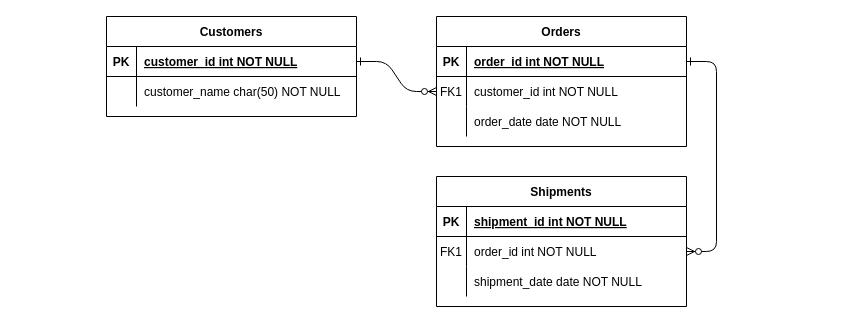
Before: Untitled Diagram.drawio in Carolemigwi/Jenga, a draw.io diagram. Source tidied: cells renumbered, new cells numbered last; positions are measured from the earlier drawing's top-left corner, leaving out a move shared by most shapes. Both pictures are drawn from the tidied source at 100%, with x=0, y=0 at pixel (106, 16).
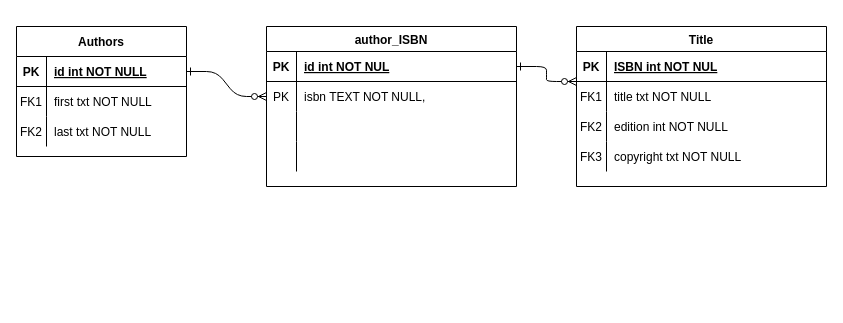
The same page after the edit.

What changed in the source:
```diff
@@
-    <mxCell id="3" style="edgeStyle=entityRelationEdgeStyle;endArrow=ERzeroToMany;startArrow=ERone;endFill=1;startFill=0;" parent="1" edge="1" source="5" target="18">
-      <mxGeometry relative="1" as="geometry" />
+    <mxCell id="3" style="edgeStyle=entityRelationEdgeStyle;endArrow=ERzeroToMany;startArrow=ERone;endFill=1;startFill=0;" parent="1" edge="1" source="5">
+      <mxGeometry relative="1" as="geometry">
+        <mxPoint x="470" y="65" as="targetPoint" />
+      </mxGeometry>
     </mxCell>
-    <mxCell id="4" value="Orders" style="shape=table;startSize=30;childLayout=tableLayout;rowLines=0;fontStyle=1;align=center;" parent="1" vertex="1">
-      <mxGeometry x="330" width="250" height="130" as="geometry" />
+    <mxCell id="4" value="author_ISBN" style="shape=table;startSize=25;childLayout=tableLayout;rowLines=0;fontStyle=1;align=center;" parent="1" vertex="1">
+      <mxGeometry x="160" y="10" width="250" height="160" as="geometry" />
     </mxCell>
     <mxCell id="5" style="shape=partialRectangle;fillColor=none;points=[[0,0.5],[1,0.5]];portConstraint=eastwest;top=0;left=0;right=0;bottom=1;" parent="4" vertex="1">
-      <mxGeometry y="30" width="250" height="30" as="geometry" />
+      <mxGeometry y="25" width="250" height="30" as="geometry" />
     </mxCell>
@@
-    <mxCell id="7" value="order_id int NOT NULL " style="shape=partialRectangle;overflow=hidden;fillColor=none;top=0;left=0;bottom=0;right=0;align=left;spacingLeft=6;fontStyle=5;" parent="5" vertex="1">
+    <mxCell id="7" value="id int NOT NUL " style="shape=partialRectangle;overflow=hidden;fillColor=none;top=0;left=0;bottom=0;right=0;align=left;spacingLeft=6;fontStyle=5;" parent="5" vertex="1">
       <mxGeometry x="30" width="220" height="30" as="geometry" />
     </mxCell>
     <mxCell id="8" style="shape=partialRectangle;fillColor=none;points=[[0,0.5],[1,0.5]];portConstraint=eastwest;top=0;left=0;right=0;bottom=0;" parent="4" vertex="1">
-      <mxGeometry y="60" width="250" height="30" as="geometry" />
+      <mxGeometry y="55" width="250" height="30" as="geometry" />
     </mxCell>
-    <mxCell id="9" value="FK1" style="shape=partialRectangle;overflow=hidden;fillColor=none;top=0;left=0;bottom=0;right=0;" parent="8" vertex="1">
+    <mxCell id="9" value="PK" style="shape=partialRectangle;overflow=hidden;fillColor=none;top=0;left=0;bottom=0;right=0;" parent="8" vertex="1">
       <mxGeometry width="30" height="30" as="geometry" />
     </mxCell>
-    <mxCell id="10" value="customer_id int NOT NULL" style="shape=partialRectangle;overflow=hidden;fillColor=none;top=0;left=0;bottom=0;right=0;align=left;spacingLeft=6;" parent="8" vertex="1">
+    <mxCell id="10" value="isbn TEXT NOT NULL," style="shape=partialRectangle;overflow=hidden;fillColor=none;top=0;left=0;bottom=0;right=0;align=left;spacingLeft=6;" parent="8" vertex="1">
       <mxGeometry x="30" width="220" height="30" as="geometry" />
     </mxCell>
     <mxCell id="11" style="shape=partialRectangle;fillColor=none;top=0;left=0;right=0;bottom=0;" parent="4" vertex="1">
-      <mxGeometry y="90" width="250" height="30" as="geometry" />
+      <mxGeometry y="85" width="250" height="30" as="geometry" />
     </mxCell>
@@
-    <mxCell id="13" value="order_date date NOT NULL" style="shape=partialRectangle;overflow=hidden;fillColor=none;top=0;left=0;bottom=0;right=0;align=left;spacingLeft=6;" parent="11" vertex="1">
+    <mxCell id="13" style="shape=partialRectangle;overflow=hidden;fillColor=none;top=0;left=0;bottom=0;right=0;align=left;spacingLeft=6;" parent="11" vertex="1">
       <mxGeometry x="30" width="220" height="30" as="geometry" />
     </mxCell>
-    <mxCell id="14" value="Shipments" style="shape=table;startSize=30;childLayout=tableLayout;rowLines=0;fontStyle=1;align=center;" parent="1" vertex="1">
-      <mxGeometry x="330" y="160" width="250" height="130" as="geometry" />
-    </mxCell>
-    <mxCell id="15" style="shape=partialRectangle;fillColor=none;top=0;left=0;right=0;bottom=1;" parent="14" vertex="1">
-      <mxGeometry y="30" width="250" height="30" as="geometry" />
-    </mxCell>
-    <mxCell id="16" value="PK" style="shape=partialRectangle;overflow=hidden;fillColor=none;top=0;left=0;bottom=0;right=0;fontStyle=1;" parent="15" vertex="1">
-      <mxGeometry width="30" height="30" as="geometry" />
-    </mxCell>
-    <mxCell id="17" value="shipment_id int NOT NULL " style="shape=partialRectangle;overflow=hidden;fillColor=none;top=0;left=0;bottom=0;right=0;align=left;spacingLeft=6;fontStyle=5;" parent="15" vertex="1">
-      <mxGeometry x="30" width="220" height="30" as="geometry" />
-    </mxCell>
-    <mxCell id="18" style="shape=partialRectangle;fillColor=none;points=[[0,0.5],[1,0.5]];portConstraint=eastwest;top=0;left=0;right=0;bottom=0;" parent="14" vertex="1">
-      <mxGeometry y="60" width="250" height="30" as="geometry" />
-    </mxCell>
-    <mxCell id="19" value="FK1" style="shape=partialRectangle;overflow=hidden;fillColor=none;top=0;left=0;bottom=0;right=0;" parent="18" vertex="1">
-      <mxGeometry width="30" height="30" as="geometry" />
-    </mxCell>
-    <mxCell id="20" value="order_id int NOT NULL" style="shape=partialRectangle;overflow=hidden;fillColor=none;top=0;left=0;bottom=0;right=0;align=left;spacingLeft=6;" parent="18" vertex="1">
-      <mxGeometry x="30" width="220" height="30" as="geometry" />
-    </mxCell>
-    <mxCell id="21" style="shape=partialRectangle;fillColor=none;top=0;left=0;right=0;bottom=0;" parent="14" vertex="1">
-      <mxGeometry y="90" width="250" height="30" as="geometry" />
-    </mxCell>
+    <mxCell id="31" style="shape=partialRectangle;fillColor=none;top=0;left=0;right=0;bottom=0;" parent="4" vertex="1">
+      <mxGeometry y="115" width="250" height="30" as="geometry" />
+    </mxCell>
-    <mxCell id="22" style="shape=partialRectangle;overflow=hidden;fillColor=none;top=0;left=0;bottom=0;right=0;" parent="21" vertex="1">
+    <mxCell id="22" style="shape=partialRectangle;overflow=hidden;fillColor=none;top=0;left=0;bottom=0;right=0;" parent="31" vertex="1">
       <mxGeometry width="30" height="30" as="geometry" />
     </mxCell>
-    <mxCell id="23" value="shipment_date date NOT NULL" style="shape=partialRectangle;overflow=hidden;fillColor=none;top=0;left=0;bottom=0;right=0;align=left;spacingLeft=6;" parent="21" vertex="1">
-      <mxGeometry x="30" width="220" height="30" as="geometry" />
-    </mxCell>
+    <mxCell id="32" style="shape=partialRectangle;overflow=hidden;fillColor=none;top=0;left=0;bottom=0;right=0;align=left;spacingLeft=6;" parent="31" vertex="1">
+      <mxGeometry x="30" width="220" height="30" as="geometry" />
+    </mxCell>
-    <mxCell id="24" value="Customers" style="shape=table;startSize=30;childLayout=tableLayout;rowLines=0;fontStyle=1;align=center;" parent="1" vertex="1">
-      <mxGeometry width="250" height="100" as="geometry" />
+    <mxCell id="24" value="Authors" style="shape=table;startSize=30;childLayout=tableLayout;rowLines=0;fontStyle=1;align=center;" parent="1" vertex="1">
+      <mxGeometry x="-90" y="10" width="170" height="130" as="geometry" />
     </mxCell>
     <mxCell id="25" style="shape=partialRectangle;fillColor=none;points=[[0,0.5],[1,0.5]];portConstraint=eastwest;top=0;left=0;right=0;bottom=1;" parent="24" vertex="1">
-      <mxGeometry y="30" width="250" height="30" as="geometry" />
+      <mxGeometry y="30" width="170" height="30" as="geometry" />
     </mxCell>
@@
-    <mxCell id="27" value="customer_id int NOT NULL " style="shape=partialRectangle;overflow=hidden;fillColor=none;top=0;left=0;bottom=0;right=0;align=left;spacingLeft=6;fontStyle=5;" parent="25" vertex="1">
-      <mxGeometry x="30" width="220" height="30" as="geometry" />
+    <mxCell id="27" value="id int NOT NULL " style="shape=partialRectangle;overflow=hidden;fillColor=none;top=0;left=0;bottom=0;right=0;align=left;spacingLeft=6;fontStyle=5;" parent="25" vertex="1">
+      <mxGeometry x="30" width="140" height="30" as="geometry" />
     </mxCell>
     <mxCell id="28" style="shape=partialRectangle;fillColor=none;top=0;left=0;right=0;bottom=0;" parent="24" vertex="1">
-      <mxGeometry y="60" width="250" height="30" as="geometry" />
+      <mxGeometry y="60" width="170" height="30" as="geometry" />
     </mxCell>
-    <mxCell id="29" style="shape=partialRectangle;overflow=hidden;fillColor=none;top=0;left=0;bottom=0;right=0;" parent="28" vertex="1">
+    <mxCell id="29" value="FK1" style="shape=partialRectangle;overflow=hidden;fillColor=none;top=0;left=0;bottom=0;right=0;" parent="28" vertex="1">
       <mxGeometry width="30" height="30" as="geometry" />
     </mxCell>
-    <mxCell id="30" value="customer_name char(50) NOT NULL" style="shape=partialRectangle;overflow=hidden;fillColor=none;top=0;left=0;bottom=0;right=0;align=left;spacingLeft=6;" parent="28" vertex="1">
-      <mxGeometry x="30" width="220" height="30" as="geometry" />
+    <mxCell id="30" value="first txt NOT NULL" style="shape=partialRectangle;overflow=hidden;fillColor=none;top=0;left=0;bottom=0;right=0;align=left;spacingLeft=6;" parent="28" vertex="1">
+      <mxGeometry x="30" width="140" height="30" as="geometry" />
     </mxCell>
+    <mxCell id="33" style="shape=partialRectangle;fillColor=none;top=0;left=0;right=0;bottom=0;" parent="24" vertex="1">
+      <mxGeometry y="90" width="170" height="30" as="geometry" />
+    </mxCell>
+    <mxCell id="34" value="FK2" style="shape=partialRectangle;overflow=hidden;fillColor=none;top=0;left=0;bottom=0;right=0;" parent="33" vertex="1">
+      <mxGeometry width="30" height="30" as="geometry" />
+    </mxCell>
+    <mxCell id="35" value="last txt NOT NULL" style="shape=partialRectangle;overflow=hidden;fillColor=none;top=0;left=0;bottom=0;right=0;align=left;spacingLeft=6;" parent="33" vertex="1">
+      <mxGeometry x="30" width="140" height="30" as="geometry" />
+    </mxCell>
+    <mxCell id="36" value="Title" style="shape=table;startSize=25;childLayout=tableLayout;rowLines=0;fontStyle=1;align=center;" parent="1" vertex="1">
+      <mxGeometry x="470" y="10" width="250" height="160" as="geometry" />
+    </mxCell>
+    <mxCell id="37" style="shape=partialRectangle;fillColor=none;top=0;left=0;right=0;bottom=1;" parent="36" vertex="1">
+      <mxGeometry y="25" width="250" height="30" as="geometry" />
+    </mxCell>
+    <mxCell id="16" value="PK" style="shape=partialRectangle;overflow=hidden;fillColor=none;top=0;left=0;bottom=0;right=0;fontStyle=1;" parent="37" vertex="1">
+      <mxGeometry width="30" height="30" as="geometry" />
+    </mxCell>
+    <mxCell id="38" value="ISBN int NOT NUL " style="shape=partialRectangle;overflow=hidden;fillColor=none;top=0;left=0;bottom=0;right=0;align=left;spacingLeft=6;fontStyle=5;" parent="37" vertex="1">
+      <mxGeometry x="30" width="220" height="30" as="geometry" />
+    </mxCell>
+    <mxCell id="39" style="shape=partialRectangle;fillColor=none;top=0;left=0;right=0;bottom=0;" parent="36" vertex="1">
+      <mxGeometry y="55" width="250" height="30" as="geometry" />
+    </mxCell>
+    <mxCell id="19" value="FK1" style="shape=partialRectangle;overflow=hidden;fillColor=none;top=0;left=0;bottom=0;right=0;" parent="39" vertex="1">
+      <mxGeometry width="30" height="30" as="geometry" />
+    </mxCell>
+    <mxCell id="40" value="title txt NOT NULL" style="shape=partialRectangle;overflow=hidden;fillColor=none;top=0;left=0;bottom=0;right=0;align=left;spacingLeft=6;" parent="39" vertex="1">
+      <mxGeometry x="30" width="220" height="30" as="geometry" />
+    </mxCell>
+    <mxCell id="41" style="shape=partialRectangle;fillColor=none;top=0;left=0;right=0;bottom=0;" parent="36" vertex="1">
+      <mxGeometry y="85" width="250" height="30" as="geometry" />
+    </mxCell>
+    <mxCell id="42" value="FK2" style="shape=partialRectangle;overflow=hidden;fillColor=none;top=0;left=0;bottom=0;right=0;" parent="41" vertex="1">
+      <mxGeometry width="30" height="30" as="geometry" />
+    </mxCell>
+    <mxCell id="43" value="edition int NOT NULL" style="shape=partialRectangle;overflow=hidden;fillColor=none;top=0;left=0;bottom=0;right=0;align=left;spacingLeft=6;" parent="41" vertex="1">
+      <mxGeometry x="30" width="220" height="30" as="geometry" />
+    </mxCell>
+    <mxCell id="44" style="shape=partialRectangle;fillColor=none;top=0;left=0;right=0;bottom=0;" parent="36" vertex="1">
+      <mxGeometry y="115" width="250" height="30" as="geometry" />
+    </mxCell>
+    <mxCell id="45" value="FK3" style="shape=partialRectangle;overflow=hidden;fillColor=none;top=0;left=0;bottom=0;right=0;" parent="44" vertex="1">
+      <mxGeometry width="30" height="30" as="geometry" />
+    </mxCell>
+    <mxCell id="46" value="copyright txt NOT NULL" style="shape=partialRectangle;overflow=hidden;fillColor=none;top=0;left=0;bottom=0;right=0;align=left;spacingLeft=6;" parent="44" vertex="1">
+      <mxGeometry x="30" width="220" height="30" as="geometry" />
+    </mxCell>
```
